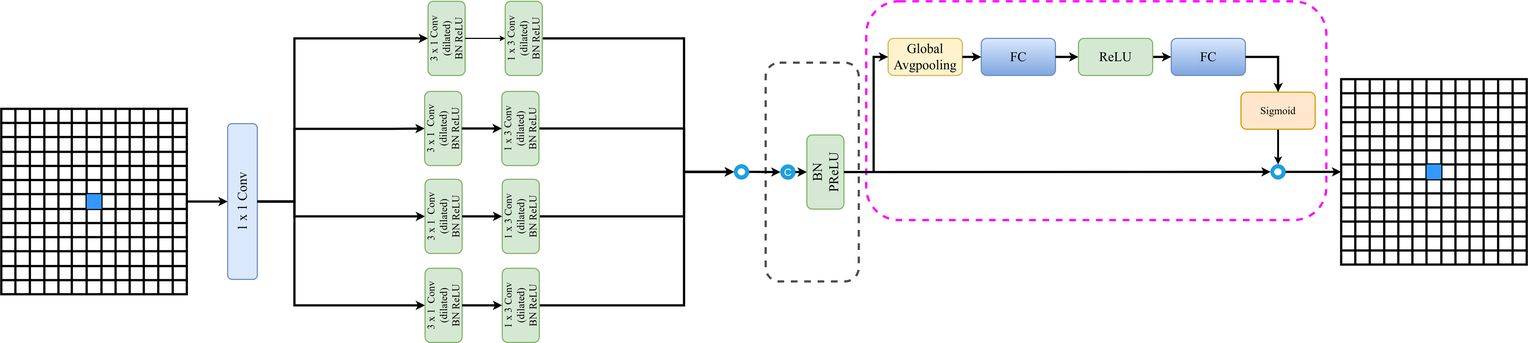
Earlier version of the draw.io export model_structure_diagram/smoke_segment_structure-main.drawio2.png (yaocongchen/LFEF). Source tidied: cells renumbered, new cells last; positions are measured from the earlier drawing's top-left corner, leaving out a move shared by most shapes.
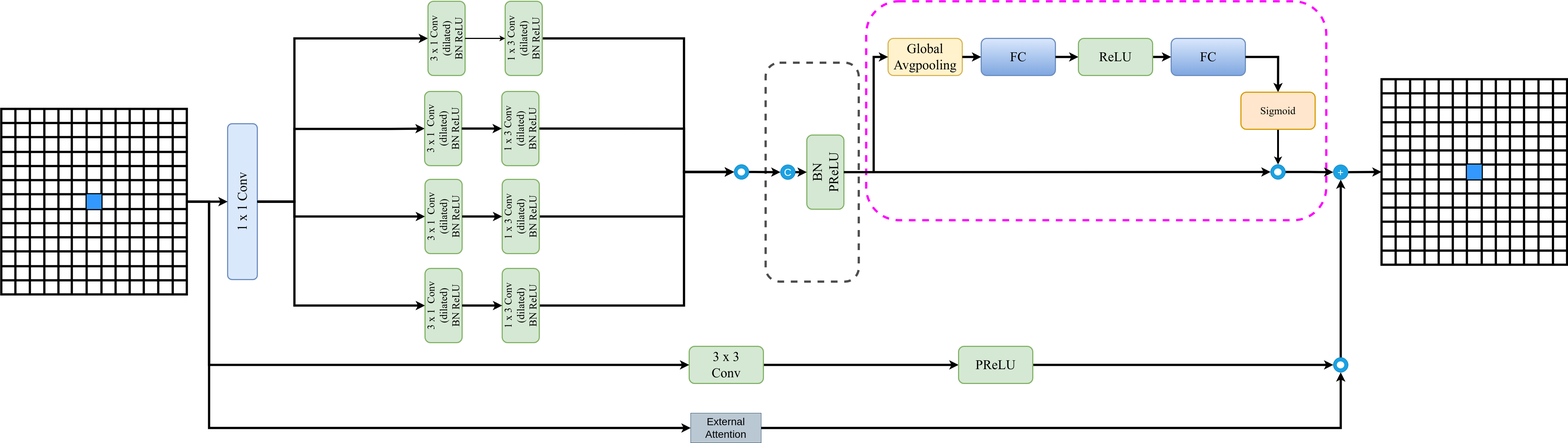
After the change.

Commit message:
Update model structure and remove unnecessary code

What changed in the source:
```diff
@@ -57,7 +57,7 @@
     <mxCell id="14" style="endArrow=classic;html=1;rounded=0;exitX=1;exitY=0.5;exitDx=0;exitDy=0;fontFamily=Times New Roman;strokeWidth=6;entryX=0;entryY=0.5;entryDx=0;entryDy=0;" parent="1" edge="1" source="10" target="406">
       <mxGeometry relative="1" as="geometry" />
     </mxCell>
-    <mxCell id="15" style="endArrow=classic;html=1;strokeWidth=6;exitX=0.5;exitY=1;exitDx=0;exitDy=0;entryX=0;entryY=0.5;entryDx=0;entryDy=0;" parent="1" edge="1" source="8" target="410">
+    <mxCell id="15" style="endArrow=classic;html=1;strokeWidth=6;exitX=0.5;exitY=1;exitDx=0;exitDy=0;entryX=0;entryY=0.5;entryDx=0;entryDy=0;" parent="1" edge="1" source="8" target="411">
       <mxGeometry relative="1" as="geometry" />
     </mxCell>
     <mxCell id="16" style="endArrow=classic;html=1;rounded=0;edgeStyle=orthogonalEdgeStyle;strokeWidth=6;fontFamily=Times New Roman;exitX=1;exitY=0.5;exitDx=0;exitDy=0;entryX=0.5;entryY=0;entryDx=0;entryDy=0;" parent="1" edge="1" source="11" target="408">
@@ -67,11 +67,11 @@
         </Array>
       </mxGeometry>
     </mxCell>
-    <mxCell id="17" style="endArrow=classic;html=1;strokeWidth=6;entryX=0;entryY=0.5;entryDx=0;entryDy=0;exitX=1;exitY=0.5;exitDx=0;exitDy=0;" parent="1" edge="1" source="410" target="103">
+    <mxCell id="17" style="endArrow=classic;html=1;strokeWidth=6;entryX=0;entryY=0.5;entryDx=0;entryDy=0;exitX=1;exitY=0.5;exitDx=0;exitDy=0;" parent="1" edge="1" source="415" target="18">
       <mxGeometry relative="1" as="geometry" />
     </mxCell>
     <mxCell id="18" style="shape=table;startSize=0;strokeWidth=6;" parent="1" vertex="1">
-      <mxGeometry x="3611" y="210" width="500" height="500" as="geometry" />
+      <mxGeometry x="3720" y="210" width="500" height="500" as="geometry" />
     </mxCell>
     <mxCell id="19" style="shape=tableRow;horizontal=0;startSize=0;swimlaneHead=0;swimlaneBody=0;top=0;left=0;bottom=0;right=0;fillColor=none;strokeWidth=6;" parent="18" vertex="1">
       <mxGeometry width="500" height="38" as="geometry" />
@@ -1273,7 +1273,7 @@
     <mxCell id="406" value="&lt;font style=&quot;font-size: 36px;&quot;&gt;ReLU&lt;/font&gt;" style="rounded=1;whiteSpace=wrap;html=1;strokeWidth=3;fillColor=#d5e8d4;strokeColor=#82b366;fontFamily=Times New Roman;rotation=0;" parent="1" vertex="1">
       <mxGeometry x="2903" y="100" width="200" height="100" as="geometry" />
     </mxCell>
-    <mxCell id="407" style="edgeStyle=none;html=1;exitX=0.5;exitY=1;exitDx=0;exitDy=0;strokeWidth=5;entryX=0.5;entryY=0;entryDx=0;entryDy=0;" parent="1" edge="1" source="408" target="410">
+    <mxCell id="407" style="edgeStyle=none;html=1;exitX=0.5;exitY=1;exitDx=0;exitDy=0;strokeWidth=5;entryX=0.5;entryY=0;entryDx=0;entryDy=0;" parent="1" edge="1" source="408" target="411">
       <mxGeometry relative="1" as="geometry" />
     </mxCell>
     <mxCell id="408" value="&lt;span style=&quot;font-size: 28px;&quot;&gt;Sigmoid&lt;/span&gt;" style="rounded=1;whiteSpace=wrap;html=1;strokeWidth=3;fillColor=#ffe6cc;strokeColor=#d79b00;fontFamily=Times New Roman;rotation=0;" parent="1" vertex="1">
@@ -1282,8 +1282,54 @@
     <mxCell id="409" value="&lt;p style=&quot;line-height: 0%;&quot;&gt;&lt;font style=&quot;font-size: 42px;&quot;&gt;$$\bullet$$&lt;/font&gt;&lt;/p&gt;" style="ellipse;whiteSpace=wrap;html=1;fillColor=#1ba1e2;strokeColor=#006EAF;fontColor=#ffffff;align=center;verticalAlign=middle;" parent="1" vertex="1">
       <mxGeometry x="1975" y="440" width="40" height="40" as="geometry" />
     </mxCell>
-    <mxCell id="410" value="&lt;p style=&quot;line-height: 0%;&quot;&gt;&lt;font style=&quot;font-size: 42px;&quot;&gt;$$\bullet$$&lt;/font&gt;&lt;/p&gt;" style="ellipse;whiteSpace=wrap;html=1;fillColor=#1ba1e2;strokeColor=#006EAF;fontColor=#ffffff;align=center;verticalAlign=middle;" parent="1" vertex="1">
-      <mxGeometry x="3421" y="440" width="40" height="40" as="geometry" />
+    <mxCell id="410" style="edgeStyle=orthogonalEdgeStyle;rounded=0;jettySize=auto;html=1;exitX=1;exitY=0.5;exitDx=0;exitDy=0;entryX=0;entryY=0.5;entryDx=0;entryDy=0;strokeWidth=6;" parent="1" edge="1" source="411" target="415">
+      <mxGeometry relative="1" as="geometry" />
     </mxCell>
+    <mxCell id="411" value="&lt;p style=&quot;line-height: 0%;&quot;&gt;&lt;font style=&quot;font-size: 42px;&quot;&gt;$$\bullet$$&lt;/font&gt;&lt;/p&gt;" style="ellipse;whiteSpace=wrap;html=1;fillColor=#1ba1e2;strokeColor=#006EAF;fontColor=#ffffff;align=center;verticalAlign=middle;" parent="1" vertex="1">
+      <mxGeometry x="3421" y="440" width="40" height="40" as="geometry" />
+    </mxCell>
+    <mxCell id="412" style="edgeStyle=orthogonalEdgeStyle;rounded=0;jettySize=auto;html=1;strokeWidth=6;entryX=0.5;entryY=1;entryDx=0;entryDy=0;exitX=0.5;exitY=0;exitDx=0;exitDy=0;" parent="1" edge="1" source="420" target="415">
+      <mxGeometry relative="1" as="geometry" />
+    </mxCell>
+    <mxCell id="413" value="&lt;font style=&quot;font-size: 28px;&quot;&gt;External&lt;br&gt;Attention&lt;/font&gt;" style="rounded=0;whiteSpace=wrap;html=1;fillColor=#bac8d3;strokeColor=#23445d;" parent="1" vertex="1">
+      <mxGeometry x="1858" y="1110" width="190" height="80" as="geometry" />
+    </mxCell>
+    <mxCell id="414" style="edgeStyle=orthogonalEdgeStyle;rounded=0;jettySize=auto;html=1;exitX=1;exitY=0.5;exitDx=0;exitDy=0;entryX=0;entryY=0.5;entryDx=0;entryDy=0;strokeWidth=6;" parent="1" edge="1" source="286" target="413">
+      <mxGeometry relative="1" as="geometry">
+        <Array as="points">
+          <mxPoint x="560" y="540" />
+          <mxPoint x="560" y="1150" />
+        </Array>
+      </mxGeometry>
+    </mxCell>
+    <mxCell id="415" value="&lt;font style=&quot;font-size: 28px;&quot;&gt;+&lt;/font&gt;" style="ellipse;whiteSpace=wrap;html=1;fillColor=#1ba1e2;strokeColor=#006EAF;fontColor=#ffffff;" parent="1" vertex="1">
+      <mxGeometry x="3590" y="440.5" width="40" height="40" as="geometry" />
+    </mxCell>
+    <mxCell id="416" style="edgeStyle=orthogonalEdgeStyle;rounded=0;jettySize=auto;html=1;exitX=1;exitY=0.5;exitDx=0;exitDy=0;strokeWidth=6;entryX=0;entryY=0.5;entryDx=0;entryDy=0;" parent="1" edge="1" source="417" target="422">
+      <mxGeometry relative="1" as="geometry" />
+    </mxCell>
+    <mxCell id="417" value="&lt;font style=&quot;font-size: 36px;&quot;&gt;3 x 3 &lt;br&gt;Conv&lt;/font&gt;" style="rounded=1;whiteSpace=wrap;html=1;strokeWidth=3;fillColor=#d5e8d4;strokeColor=#82b366;fontFamily=Times New Roman;rotation=0;" parent="1" vertex="1">
+      <mxGeometry x="1854" y="930" width="200" height="100" as="geometry" />
+    </mxCell>
+    <mxCell id="418" style="edgeStyle=orthogonalEdgeStyle;rounded=0;jettySize=auto;html=1;exitX=1;exitY=0.5;exitDx=0;exitDy=0;entryX=0;entryY=0.5;entryDx=0;entryDy=0;strokeWidth=6;" parent="1" edge="1" source="286" target="417">
+      <mxGeometry relative="1" as="geometry">
+        <Array as="points">
+          <mxPoint x="560" y="540" />
+          <mxPoint x="560" y="980" />
+        </Array>
+      </mxGeometry>
+    </mxCell>
+    <mxCell id="419" style="edgeStyle=orthogonalEdgeStyle;rounded=0;jettySize=auto;html=1;exitX=1;exitY=0.5;exitDx=0;exitDy=0;strokeWidth=6;entryX=0.5;entryY=1;entryDx=0;entryDy=0;" parent="1" edge="1" source="413" target="420">
+      <mxGeometry relative="1" as="geometry" />
+    </mxCell>
+    <mxCell id="420" value="&lt;p style=&quot;line-height: 0%;&quot;&gt;&lt;font style=&quot;font-size: 42px;&quot;&gt;$$\bullet$$&lt;/font&gt;&lt;/p&gt;" style="ellipse;whiteSpace=wrap;html=1;fillColor=#1ba1e2;strokeColor=#006EAF;fontColor=#ffffff;align=center;verticalAlign=middle;" parent="1" vertex="1">
+      <mxGeometry x="3590" y="960" width="40" height="40" as="geometry" />
+    </mxCell>
+    <mxCell id="421" style="edgeStyle=orthogonalEdgeStyle;rounded=0;jettySize=auto;html=1;exitX=1;exitY=0.5;exitDx=0;exitDy=0;entryX=0;entryY=0.5;entryDx=0;entryDy=0;strokeWidth=6;" parent="1" edge="1" source="422" target="420">
+      <mxGeometry relative="1" as="geometry" />
+    </mxCell>
+    <mxCell id="422" value="&lt;font style=&quot;font-size: 36px;&quot;&gt;PReLU&lt;/font&gt;" style="rounded=1;whiteSpace=wrap;html=1;strokeWidth=3;fillColor=#d5e8d4;strokeColor=#82b366;fontFamily=Times New Roman;rotation=0;" parent="1" vertex="1">
+      <mxGeometry x="2580" y="930" width="200" height="100" as="geometry" />
+    </mxCell>
   </root>
 </mxGraphModel>
```
